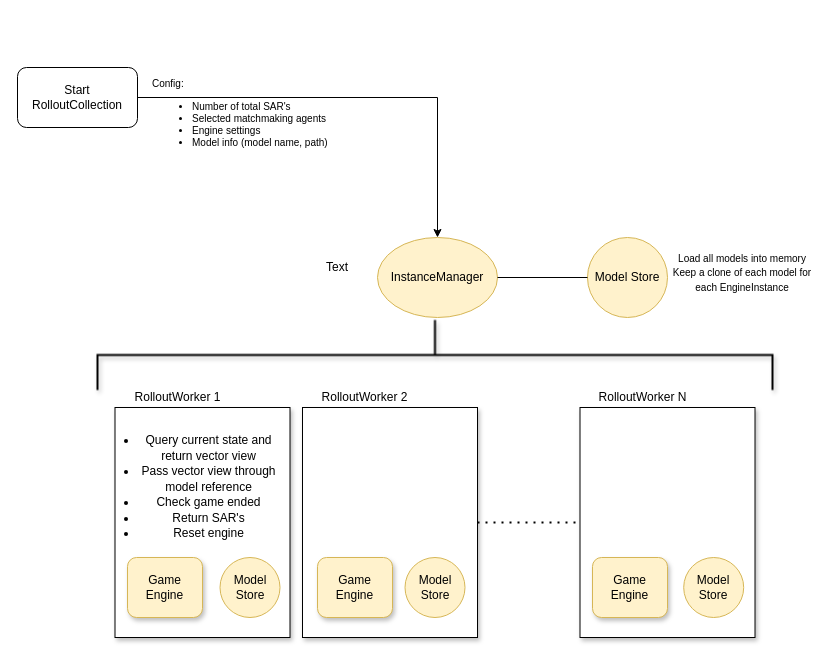
This is rpc_server/Untitled Diagram.drawio from mdkozlowski/surge, a draw.io file, before an edit. Source tidied: cells renumbered, new cells numbered last; positions are measured from the earlier drawing's top-left corner, leaving out a move shared by most shapes. Both pictures are drawn from the tidied source at 100%, with x=0, y=0 at pixel (17, 17).
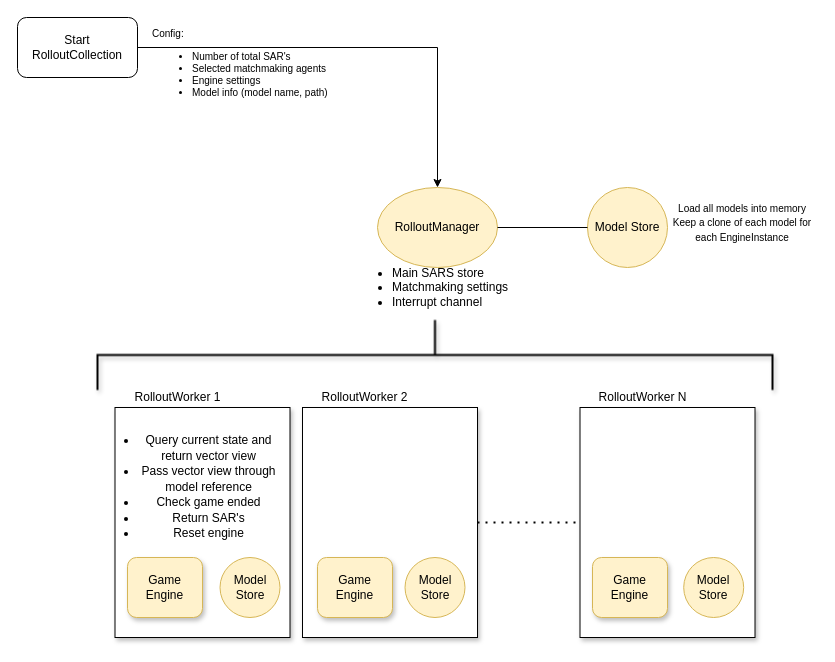
After the change.

Change to the diagram source:
```diff
@@
     <mxCell id="3" value="Start RolloutCollection" style="rounded=1;whiteSpace=wrap;html=1;" parent="1" vertex="1">
-      <mxGeometry y="50" width="120" height="60" as="geometry" />
+      <mxGeometry width="120" height="60" as="geometry" />
     </mxCell>
     <mxCell id="4" value="&lt;font style=&quot;font-size: 10px&quot;&gt;Config:&lt;br&gt;&lt;/font&gt;&lt;ul style=&quot;font-size: 10px&quot;&gt;&lt;li&gt;&lt;font style=&quot;font-size: 10px&quot;&gt;Number of total SAR's&lt;/font&gt;&lt;/li&gt;&lt;li&gt;&lt;font style=&quot;font-size: 10px&quot;&gt;Selected matchmaking agents&lt;/font&gt;&lt;/li&gt;&lt;li&gt;&lt;font style=&quot;font-size: 10px&quot;&gt;Engine settings&lt;/font&gt;&lt;/li&gt;&lt;li&gt;Model info (model name, path)&lt;/li&gt;&lt;/ul&gt;" style="text;html=1;strokeColor=none;fillColor=none;align=left;verticalAlign=middle;whiteSpace=wrap;rounded=0;" parent="1" vertex="1">
-      <mxGeometry x="132.5" y="60" width="220" height="80" as="geometry" />
+      <mxGeometry x="132.5" y="10" width="220" height="80" as="geometry" />
     </mxCell>
     <mxCell id="5" value="Model Store" style="ellipse;whiteSpace=wrap;html=1;fillColor=#fff2cc;strokeColor=#d6b656;" parent="1" vertex="1">
-      <mxGeometry x="570" y="220" width="80" height="80" as="geometry" />
+      <mxGeometry x="570" y="170" width="80" height="80" as="geometry" />
     </mxCell>
     <mxCell id="6" value="&lt;font style=&quot;font-size: 10px&quot;&gt;Load all models into memory&lt;br&gt;Keep a clone of each model for each EngineInstance&lt;/font&gt;" style="text;html=1;strokeColor=none;fillColor=none;align=center;verticalAlign=middle;whiteSpace=wrap;rounded=0;" parent="1" vertex="1">
-      <mxGeometry x="650" y="180" width="150" height="150" as="geometry" />
+      <mxGeometry x="650" y="130" width="150" height="150" as="geometry" />
     </mxCell>
-    <mxCell id="7" value="InstanceManager" style="ellipse;whiteSpace=wrap;html=1;fillColor=#fff2cc;strokeColor=#d6b656;" parent="1" vertex="1">
-      <mxGeometry x="360" y="220" width="120" height="80" as="geometry" />
+    <mxCell id="7" value="RolloutManager" style="ellipse;whiteSpace=wrap;html=1;fillColor=#fff2cc;strokeColor=#d6b656;" parent="1" vertex="1">
+      <mxGeometry x="360" y="170" width="120" height="80" as="geometry" />
     </mxCell>
@@
-    <mxCell id="19" value="Text" style="text;html=1;strokeColor=none;fillColor=none;align=center;verticalAlign=middle;whiteSpace=wrap;rounded=0;shadow=1;glass=0;sketch=0;" parent="1" vertex="1">
-      <mxGeometry x="300" y="240" width="40" height="20" as="geometry" />
+    <mxCell id="19" value="&lt;ul&gt;&lt;li&gt;Main SARS store&lt;/li&gt;&lt;li&gt;Matchmaking settings&lt;/li&gt;&lt;li&gt;Interrupt channel&lt;/li&gt;&lt;/ul&gt;" style="text;html=1;strokeColor=none;fillColor=none;align=left;verticalAlign=middle;whiteSpace=wrap;rounded=0;shadow=1;glass=0;sketch=0;" parent="1" vertex="1">
+      <mxGeometry x="332.5" y="260" width="170" height="20" as="geometry" />
     </mxCell>
```
